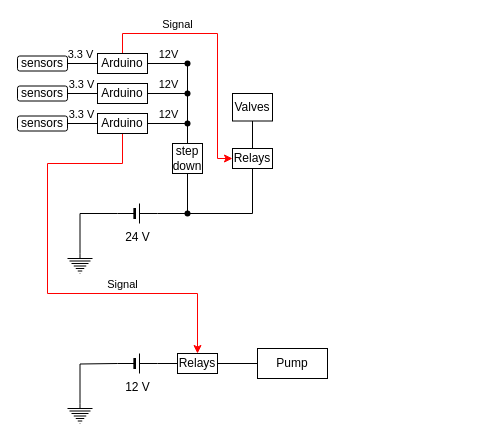
The draw.io diagram docs/power-wiring-diagrams/power_diagram.drawio in yuvve/aeroponics, before the edit. Source tidied: cells renumbered, new cells numbered last; positions are measured from the earlier drawing's top-left corner, leaving out a move shared by most shapes. Both pictures are drawn from the tidied source at 100%, with x=0, y=0 at pixel (17, 33).
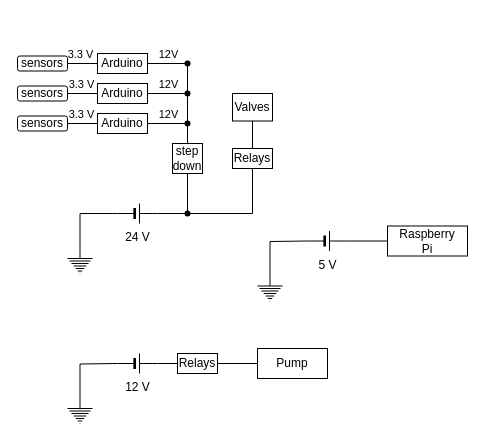
The same page after the edit.

The change refers to these unchanged cells:
```xml
<mxCell id="7" value="Arduino" style="rounded=0;whiteSpace=wrap;html=1;direction=west;" parent="1" vertex="1">
  <mxGeometry x="80" y="80" width="50" height="20" as="geometry" />
</mxCell>
<mxCell id="19" value="Arduino" style="rounded=0;whiteSpace=wrap;html=1;direction=west;" parent="1" vertex="1">
  <mxGeometry x="80" y="20" width="50" height="20" as="geometry" />
</mxCell>
<mxCell id="44" value="Relays" style="rounded=0;whiteSpace=wrap;html=1;" parent="1" vertex="1">
  <mxGeometry x="215" y="115" width="40" height="20" as="geometry" />
</mxCell>
<mxCell id="47" value="Relays" style="rounded=0;whiteSpace=wrap;html=1;" parent="1" vertex="1">
  <mxGeometry x="160" y="320" width="40" height="20" as="geometry" />
</mxCell>
```

Change to the diagram source:
```diff
@@
-    <mxCell id="5" style="edgeStyle=orthogonalEdgeStyle;rounded=0;jettySize=auto;html=1;exitX=0.5;exitY=0;exitDx=0;exitDy=0;entryX=0.5;entryY=0;entryDx=0;entryDy=0;strokeColor=#FF0000;" parent="1" edge="1" source="7" target="47">
-      <mxGeometry relative="1" as="geometry">
-        <Array as="points">
-          <mxPoint x="105" y="130" />
-          <mxPoint x="30" y="130" />
-          <mxPoint x="30" y="260" />
-          <mxPoint x="180" y="260" />
-        </Array>
-      </mxGeometry>
-    </mxCell>
-    <mxCell id="6" value="Signal" style="edgeLabel;html=1;align=center;verticalAlign=middle;" parent="5" vertex="1">
-      <mxGeometry x="0.34" relative="1" as="geometry">
-        <mxPoint x="11" y="-10" as="offset" />
-      </mxGeometry>
-    </mxCell>
@@
-    <mxCell id="17" style="edgeStyle=orthogonalEdgeStyle;rounded=0;jettySize=auto;html=1;exitX=0.5;exitY=1;exitDx=0;exitDy=0;entryX=0;entryY=0.5;entryDx=0;entryDy=0;endArrow=classic;endFill=1;fillColor=#a20025;strokeColor=light-dark(#ff0000, #ffc5c5);" parent="1" edge="1" source="19" target="44">
-      <mxGeometry relative="1" as="geometry">
-        <Array as="points">
-          <mxPoint x="105" />
-          <mxPoint x="200" />
-          <mxPoint x="200" y="125" />
-        </Array>
-      </mxGeometry>
-    </mxCell>
-    <mxCell id="18" value="Signal" style="edgeLabel;html=1;align=center;verticalAlign=middle;" parent="17" vertex="1">
-      <mxGeometry x="-0.44" y="1" relative="1" as="geometry">
-        <mxPoint x="3" y="-9" as="offset" />
-      </mxGeometry>
-    </mxCell>
@@
+    <mxCell id="48" style="verticalLabelPosition=bottom;shadow=0;dashed=0;align=center;html=1;verticalAlign=top;shape=mxgraph.electrical.signal_sources.protective_earth;" parent="1" vertex="1">
+      <mxGeometry x="240" y="247.5" width="25" height="20" as="geometry" />
+    </mxCell>
+    <mxCell id="49" style="edgeStyle=orthogonalEdgeStyle;rounded=0;jettySize=auto;html=1;exitX=0;exitY=0.5;exitDx=0;exitDy=0;exitPerimeter=0;entryX=0.5;entryY=0;entryDx=0;entryDy=0;entryPerimeter=0;endArrow=none;endFill=0;" parent="1" edge="1" target="48">
+      <mxGeometry relative="1" as="geometry">
+        <mxPoint x="290" y="207.5" as="sourcePoint" />
+      </mxGeometry>
+    </mxCell>
+    <mxCell id="50" style="edgeStyle=orthogonalEdgeStyle;rounded=0;jettySize=auto;html=1;entryX=0;entryY=0.5;entryDx=0;entryDy=0;endArrow=none;startFill=0;" parent="1" edge="1" source="51" target="52">
+      <mxGeometry relative="1" as="geometry" />
+    </mxCell>
+    <mxCell id="51" value="&lt;div&gt;5 V&lt;/div&gt;" style="verticalLabelPosition=bottom;shadow=0;dashed=0;align=center;fillColor=strokeColor;html=1;verticalAlign=top;strokeWidth=1;shape=mxgraph.electrical.miscellaneous.monocell_battery;" parent="1" vertex="1">
+      <mxGeometry x="290" y="197.5" width="40" height="20" as="geometry" />
+    </mxCell>
+    <mxCell id="52" value="Raspberry&lt;div&gt;Pi&lt;/div&gt;" style="rounded=0;whiteSpace=wrap;html=1;" parent="1" vertex="1">
+      <mxGeometry x="370" y="192.5" width="80" height="30" as="geometry" />
+    </mxCell>
```
